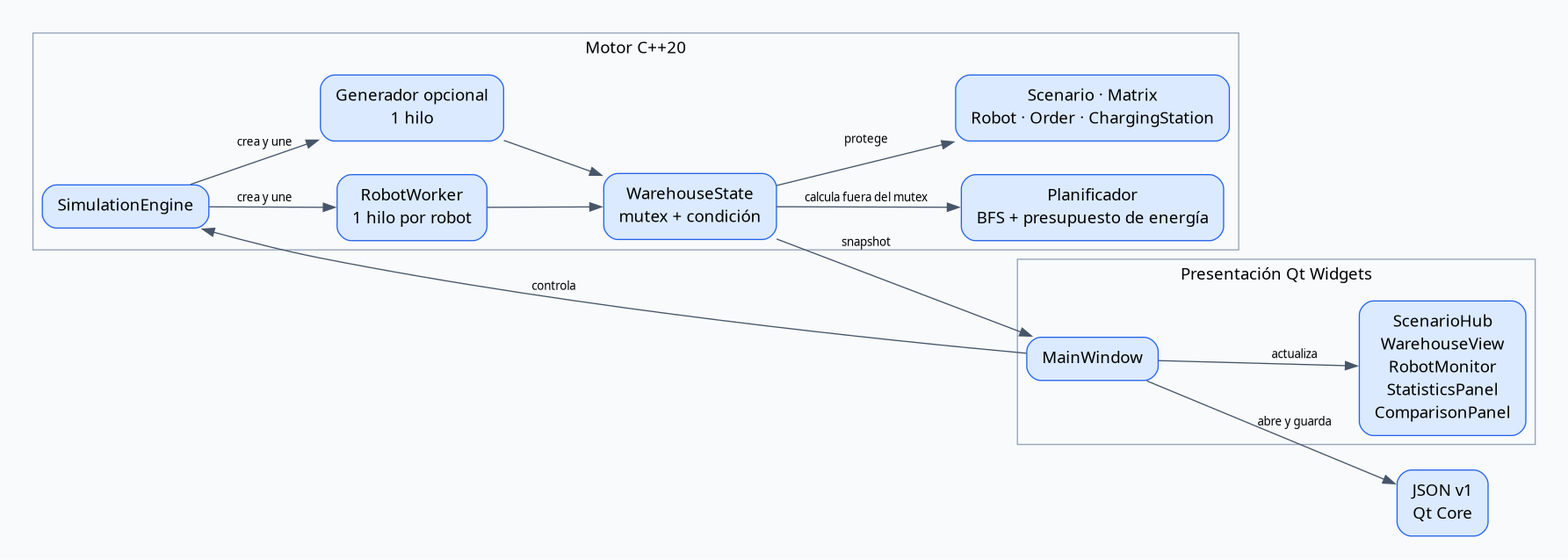
Above: docs/diagrams/componentes.png in SaulSivincha/SIMRA (Graphviz), before the change. Its source is kept beside it as docs/diagrams/componentes.dot.
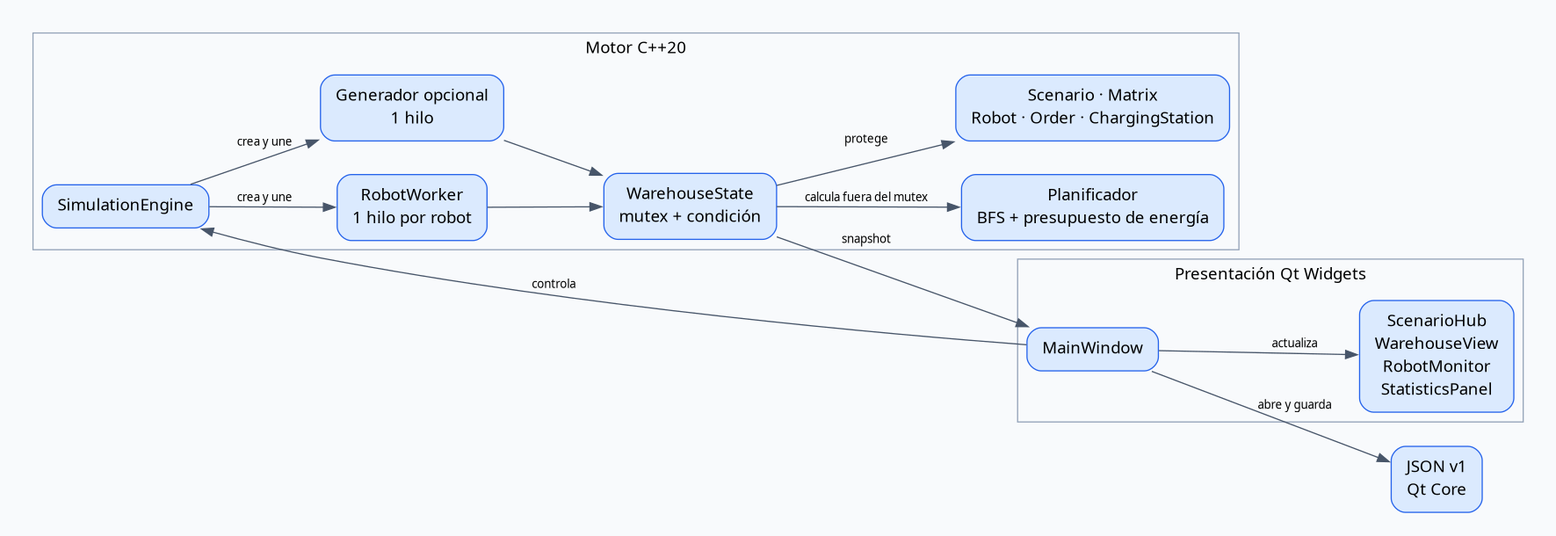
Above is the later version.

Diff of the diagram source:
```diff
@@ -5,7 +5,7 @@
   subgraph cluster_ui {
     label="Presentación Qt Widgets"; color="#94a3b8"; fontname="DejaVu Sans";
     main [label="MainWindow"];
-    panels [label="ScenarioHub\nWarehouseView\nRobotMonitor\nStatisticsPanel\nComparisonPanel"];
+    panels [label="ScenarioHub\nWarehouseView\nRobotMonitor\nStatisticsPanel"];
     main -> panels [label="actualiza"];
   }
   subgraph cluster_core {
```
